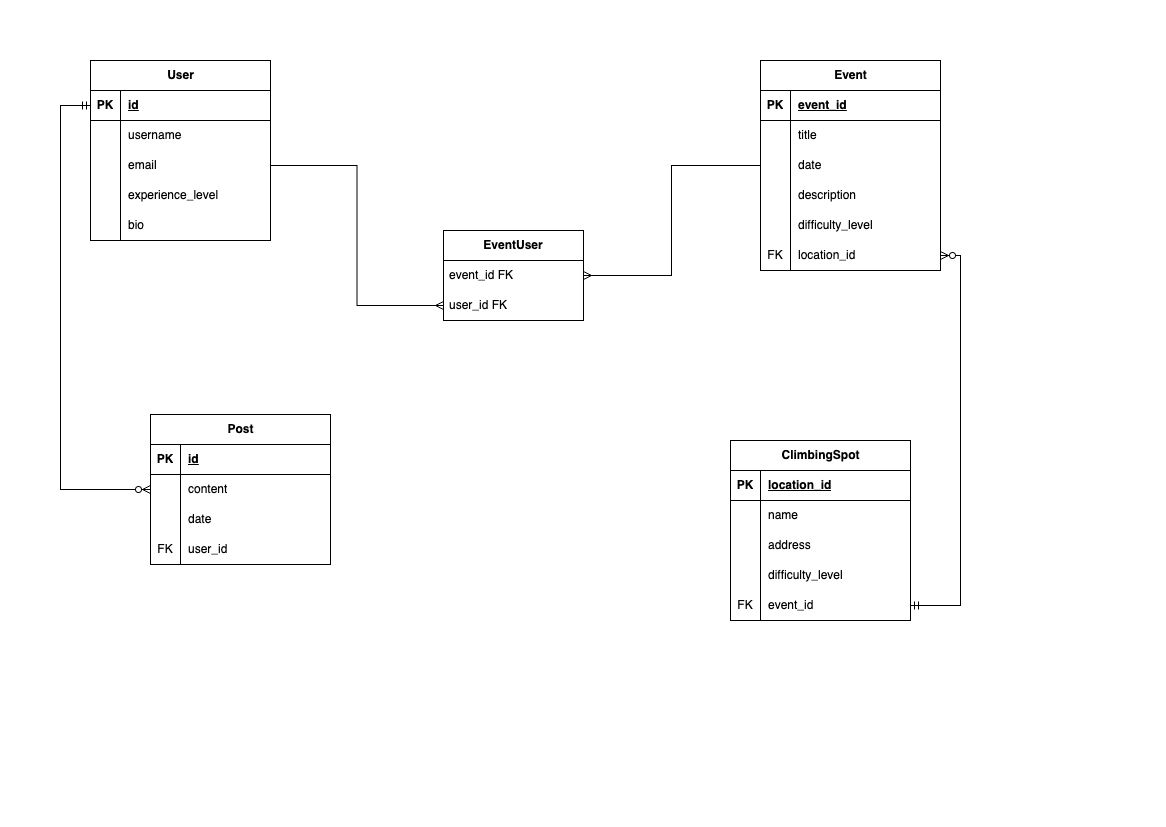
Before: docs/api_2024.drawio.png, a diagram exported from draw.io (camilla-cs/APIproject2024). Source tidied: cells renumbered, new cells last; positions are measured from the earlier drawing's top-left corner, leaving out a move shared by most shapes.
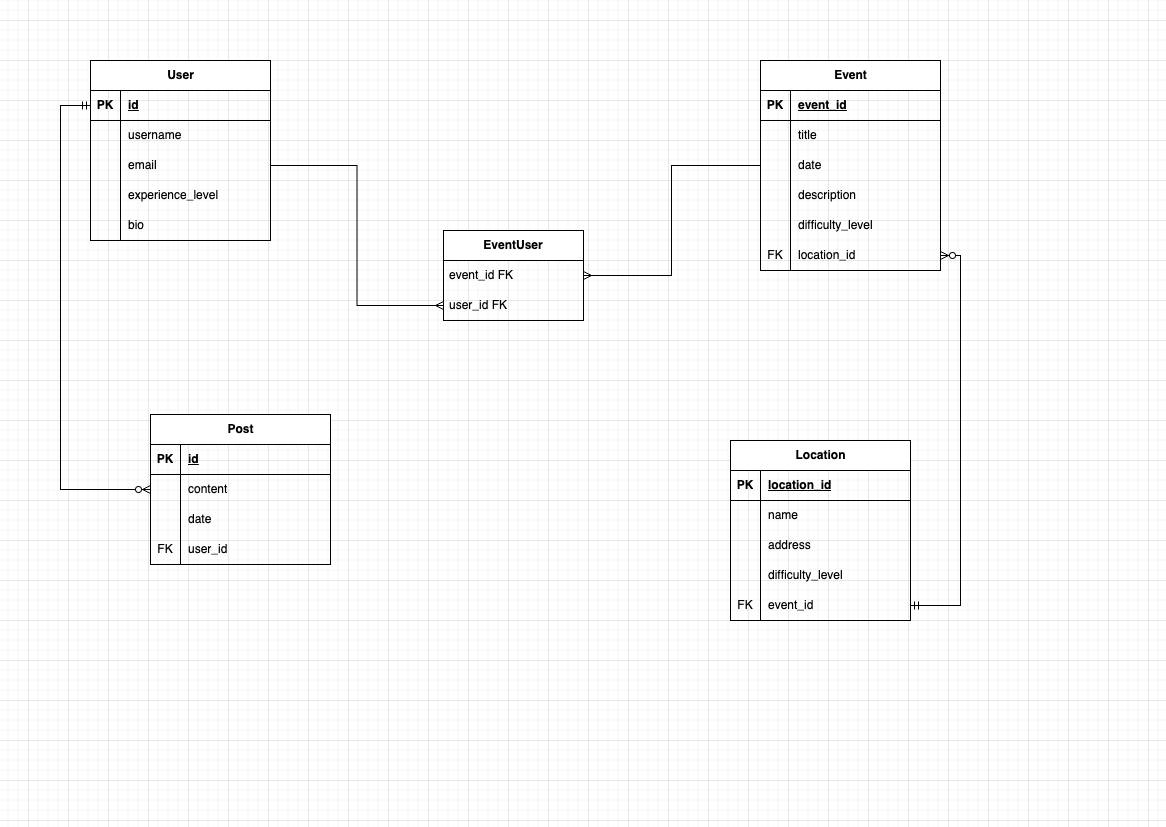
After the change.

Commit message:
created an env sample, added event_id in Location model and answered R7

The edit, as a diff of the source:
```diff
@@ -177,7 +177,7 @@
     <mxCell id="56" value="location_id&amp;nbsp;" style="shape=partialRectangle;fillColor=none;top=0;left=0;bottom=0;right=0;align=left;spacingLeft=6;overflow=hidden;whiteSpace=wrap;html=1;" parent="54" vertex="1">
       <mxGeometry x="30" width="150" height="30" as="geometry" />
     </mxCell>
-    <mxCell id="57" value="ClimbingSpot" style="shape=table;startSize=30;rowLines=0;fontStyle=1;align=center;html=1;" parent="1" vertex="1">
+    <mxCell id="57" value="Location" style="shape=table;startSize=30;rowLines=0;fontStyle=1;align=center;html=1;" parent="1" vertex="1">
       <mxGeometry x="670" y="380" width="180" height="180" as="geometry" />
     </mxCell>
     <mxCell id="58" style="shape=tableRow;horizontal=0;startSize=0;swimlaneHead=0;swimlaneBody=0;fillColor=none;top=0;left=0;right=0;bottom=1;" parent="57" vertex="1">
```
